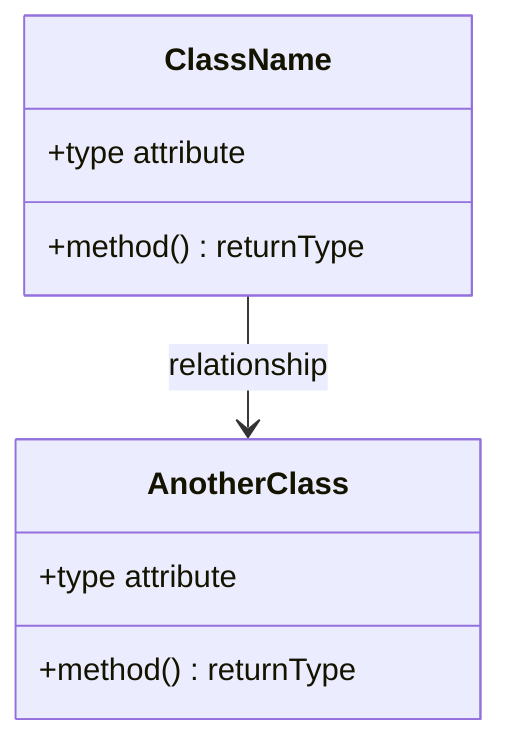
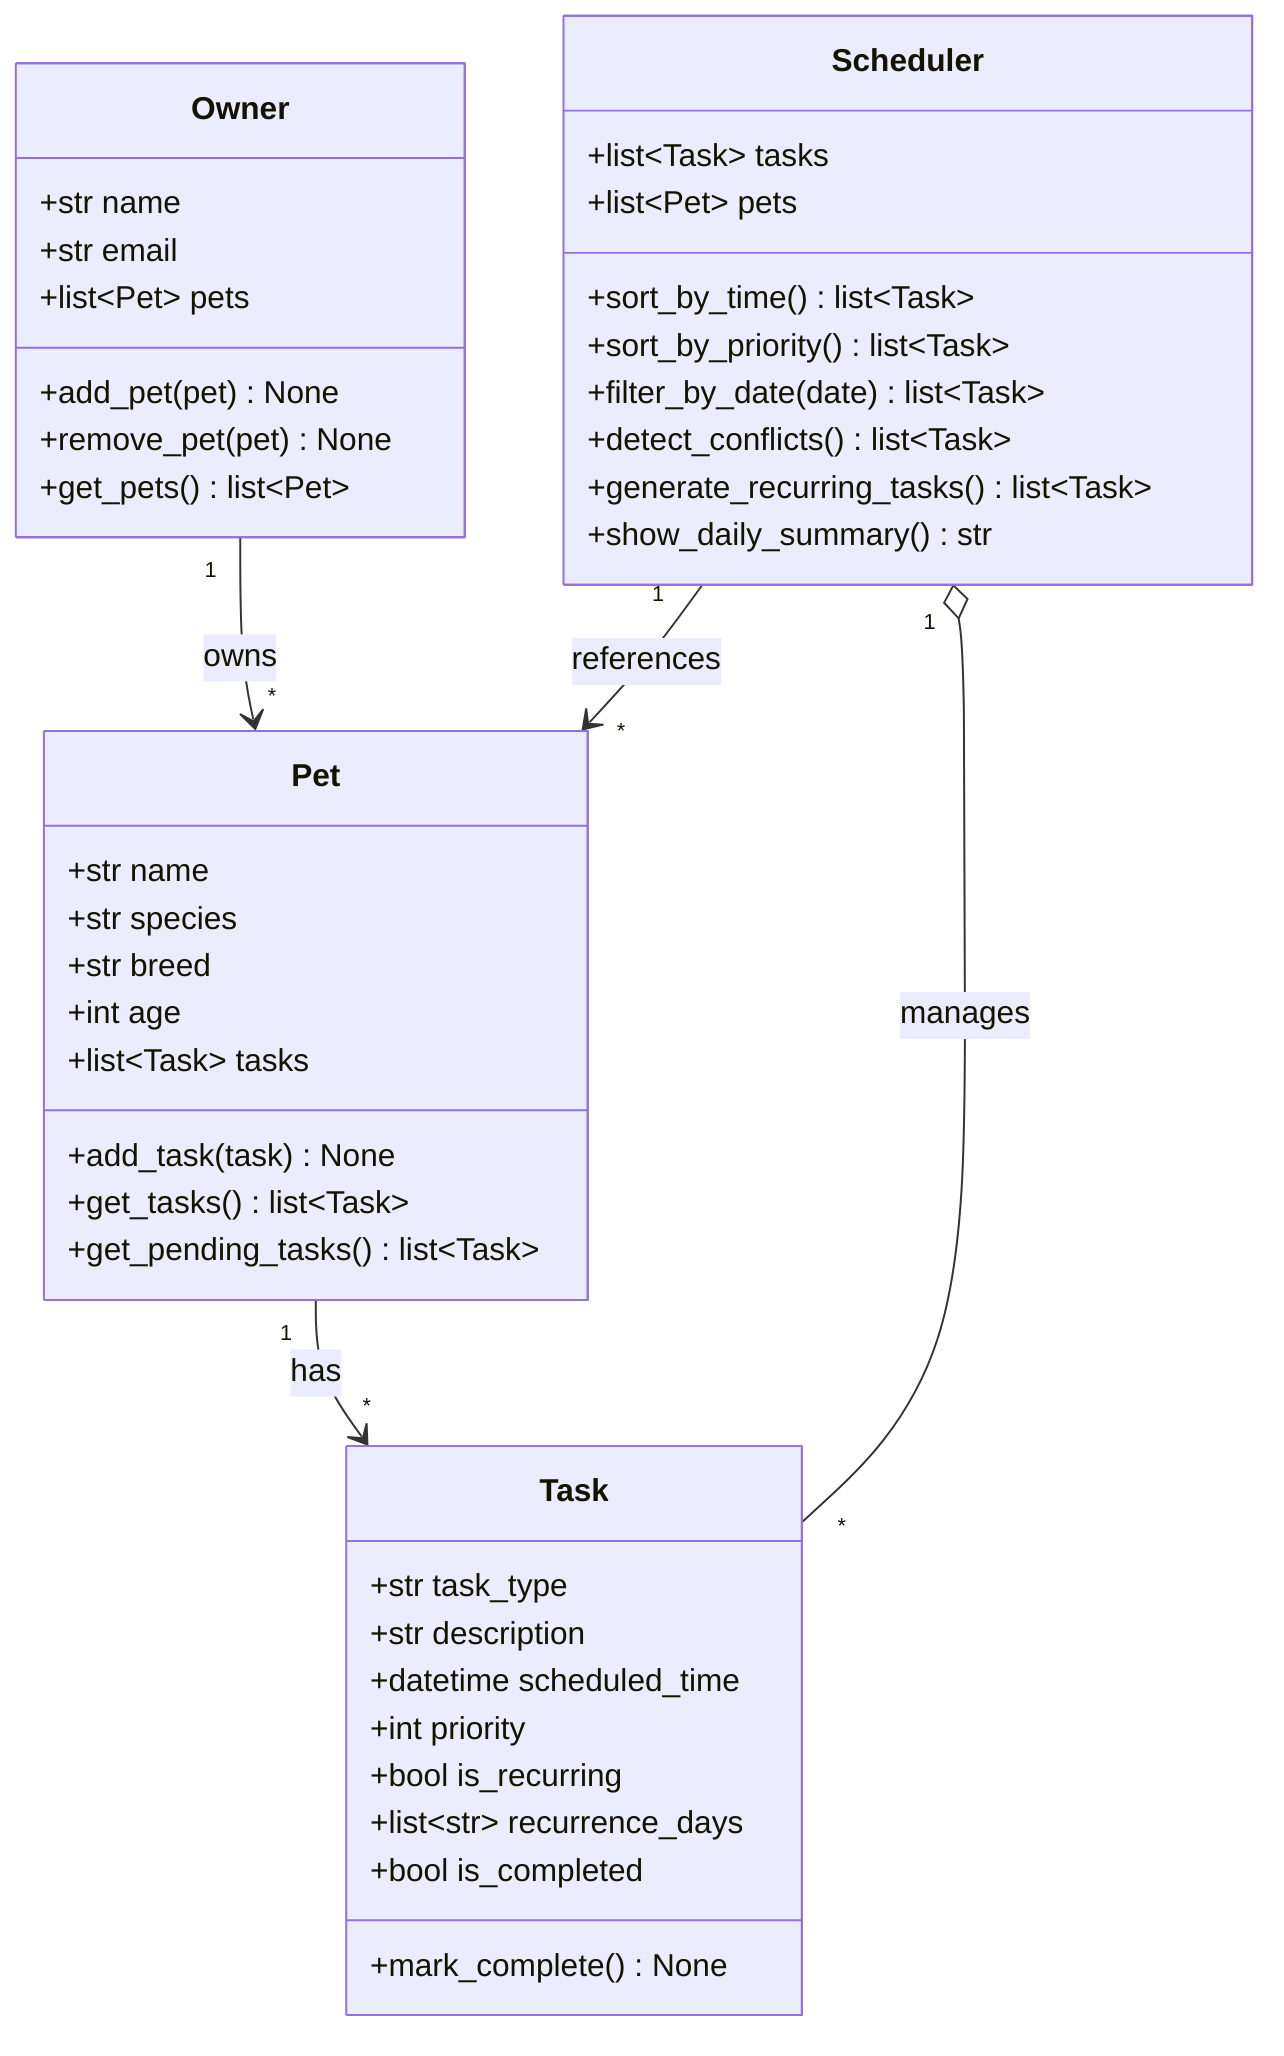
classDiagram
-     %% Replace the placeholders below with your actual classes, attributes, methods, and relationships.
-     %% Keep this file updated so it matches your final implementation.
+     %% PawPal+ class diagram

-     class ClassName {
-         +type attribute
-         +method() returnType
+     class Owner {
+         +str name
+         +str email
+         +list~Pet~ pets
+         +add_pet(pet) None
+         +remove_pet(pet) None
+         +get_pets() list~Pet~
    }

-     class AnotherClass {
-         +type attribute
-         +method() returnType
+     class Pet {
+         +str name
+         +str species
+         +str breed
+         +int age
+         +list~Task~ tasks
+         +add_task(task) None
+         +get_tasks() list~Task~
+         +get_pending_tasks() list~Task~
    }

-     ClassName --> AnotherClass : relationship
+     class Task {
+         +str task_type
+         +str description
+         +datetime scheduled_time
+         +int priority
+         +bool is_recurring
+         +list~str~ recurrence_days
+         +bool is_completed
+         +mark_complete() None
+     }
+ 
+     class Scheduler {
+         +list~Task~ tasks
+         +list~Pet~ pets
+         +sort_by_time() list~Task~
+         +sort_by_priority() list~Task~
+         +filter_by_date(date) list~Task~
+         +detect_conflicts() list~Task~
+         +generate_recurring_tasks() list~Task~
+         +show_daily_summary() str
+     }
+ 
+     Owner "1" --> "*" Pet : owns
+     Pet "1" --> "*" Task : has
+     Scheduler "1" o-- "*" Task : manages
+     Scheduler "1" --> "*" Pet : references
